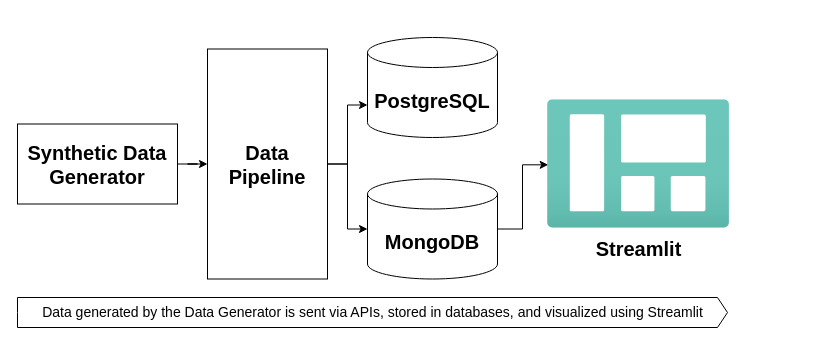
This is architecture.drawio from Mzsd/DEProject_architecture, a draw.io file, before an edit. Source tidied: cells renumbered, new cells numbered last; positions are measured from the earlier drawing's top-left corner, leaving out a move shared by most shapes. Both pictures are drawn from the tidied source at 100%, with x=0, y=0 at pixel (17, 37).
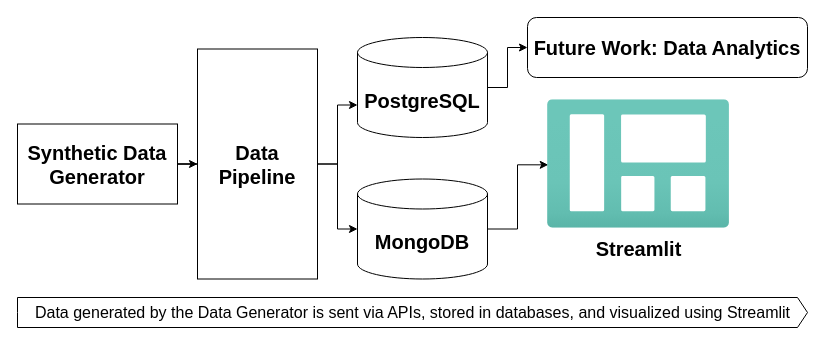
Above is the later version.

Change to the diagram source:
```diff
@@
 <mxGraphModel>
   <root>
     <mxCell id="0" />
     <mxCell id="1" parent="0" />
     <mxCell id="2" value="&lt;b&gt;&lt;font style=&quot;font-size: 20px;&quot;&gt;Data Pipeline&lt;/font&gt;&lt;/b&gt;" style="rounded=0;whiteSpace=wrap;html=1;" parent="1" vertex="1">
-      <mxGeometry x="190" y="11.5" width="120" height="230" as="geometry" />
+      <mxGeometry x="180" y="11.5" width="120" height="230" as="geometry" />
     </mxCell>
     <mxCell id="3" style="edgeStyle=orthogonalEdgeStyle;rounded=0;jettySize=auto;html=1;entryX=0;entryY=0.5;entryDx=0;entryDy=0;" parent="1" edge="1" source="4" target="2">
       <mxGeometry relative="1" as="geometry" />
     </mxCell>
     <mxCell id="4" value="&lt;font size=&quot;1&quot; style=&quot;&quot;&gt;&lt;b style=&quot;font-size: 20px;&quot;&gt;Synthetic Data Generator&lt;/b&gt;&lt;/font&gt;" style="rounded=0;whiteSpace=wrap;html=1;" parent="1" vertex="1">
       <mxGeometry y="86.5" width="160" height="80" as="geometry" />
     </mxCell>
+    <mxCell id="13" style="edgeStyle=orthogonalEdgeStyle;rounded=0;jettySize=auto;html=1;entryX=0;entryY=0.5;entryDx=0;entryDy=0;" parent="1" edge="1" source="5" target="14">
+      <mxGeometry relative="1" as="geometry" />
+    </mxCell>
     <mxCell id="5" value="&lt;font style=&quot;font-size: 20px;&quot;&gt;&lt;b&gt;PostgreSQL&lt;/b&gt;&lt;/font&gt;" style="shape=cylinder3;whiteSpace=wrap;html=1;boundedLbl=1;backgroundOutline=1;size=15;" parent="1" vertex="1">
-      <mxGeometry x="350" width="130" height="100" as="geometry" />
+      <mxGeometry x="340" width="130" height="100" as="geometry" />
     </mxCell>
     <mxCell id="6" value="&lt;b style=&quot;font-size: 20px;&quot;&gt;MongoDB&lt;/b&gt;" style="shape=cylinder3;whiteSpace=wrap;html=1;boundedLbl=1;backgroundOutline=1;size=15;" parent="1" vertex="1">
-      <mxGeometry x="350" y="141.5" width="130" height="100" as="geometry" />
+      <mxGeometry x="340" y="141.5" width="130" height="100" as="geometry" />
     </mxCell>
     <mxCell id="7" style="edgeStyle=orthogonalEdgeStyle;rounded=0;jettySize=auto;html=1;entryX=0;entryY=0;entryDx=0;entryDy=67.5;entryPerimeter=0;" parent="1" edge="1" source="2" target="5">
       <mxGeometry relative="1" as="geometry" />
     </mxCell>
     <mxCell id="8" style="edgeStyle=orthogonalEdgeStyle;rounded=0;jettySize=auto;html=1;entryX=0;entryY=0.5;entryDx=0;entryDy=0;entryPerimeter=0;" parent="1" edge="1" source="2" target="6">
       <mxGeometry relative="1" as="geometry" />
     </mxCell>
     <mxCell id="9" style="image;html=1;points=[];align=center;fontSize=12;image=img/lib/azure2/general/Dashboard.svg;" parent="1" vertex="1">
       <mxGeometry x="530" y="62.2" width="182.1" height="128.5" as="geometry" />
     </mxCell>
     <mxCell id="10" value="&lt;b style=&quot;text-wrap: wrap; font-size: 20px;&quot;&gt;Streamlit&lt;/b&gt;" style="text;html=1;align=center;verticalAlign=middle;strokeColor=none;fillColor=none;" parent="1" vertex="1">
       <mxGeometry x="566" y="190.8" width="110" height="40" as="geometry" />
     </mxCell>
-    <mxCell id="11" value="&lt;font style=&quot;font-size: 14px;&quot;&gt;Data generated by the Data Generator is sent via APIs, stored in databases, and visualized using Streamlit&lt;/font&gt;" style="html=1;shadow=0;dashed=0;align=center;verticalAlign=middle;shape=mxgraph.arrows2.arrow;dy=0;dx=10;notch=0;" parent="1" vertex="1">
-      <mxGeometry y="260" width="710" height="30" as="geometry" />
+    <mxCell id="11" value="&lt;font style=&quot;font-size: 16px;&quot;&gt;Data generated by the Data Generator is sent via APIs, stored in databases, and visualized using Streamlit&lt;/font&gt;" style="html=1;shadow=0;dashed=0;align=center;verticalAlign=middle;shape=mxgraph.arrows2.arrow;dy=0;dx=10;notch=0;" parent="1" vertex="1">
+      <mxGeometry y="260" width="790" height="30" as="geometry" />
     </mxCell>
     <mxCell id="12" style="edgeStyle=orthogonalEdgeStyle;rounded=0;jettySize=auto;html=1;entryX=0.004;entryY=0.507;entryDx=0;entryDy=0;entryPerimeter=0;" parent="1" edge="1" source="6" target="9">
       <mxGeometry relative="1" as="geometry" />
     </mxCell>
+    <mxCell id="14" value="&lt;span style=&quot;font-size: 20px;&quot;&gt;&lt;b&gt;Future Work: Data Analytics&lt;/b&gt;&lt;/span&gt;" style="rounded=1;whiteSpace=wrap;html=1;" parent="1" vertex="1">
+      <mxGeometry x="510" y="-20" width="280" height="60" as="geometry" />
+    </mxCell>
   </root>
 </mxGraphModel>
```
